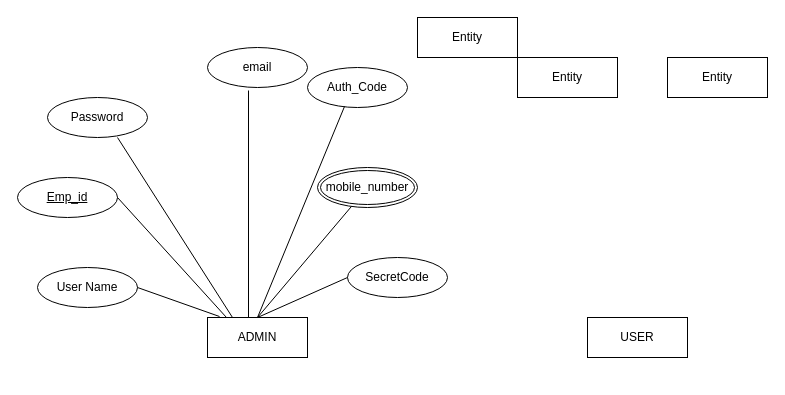
This is Placement_erd.drawio from shalulaha/Minor_Project, a draw.io file, before an edit. Source tidied: cells renumbered, new cells numbered last; positions are measured from the earlier drawing's top-left corner, leaving out a move shared by most shapes. Both pictures are drawn from the tidied source at 100%, with x=0, y=0 at pixel (17, 17).
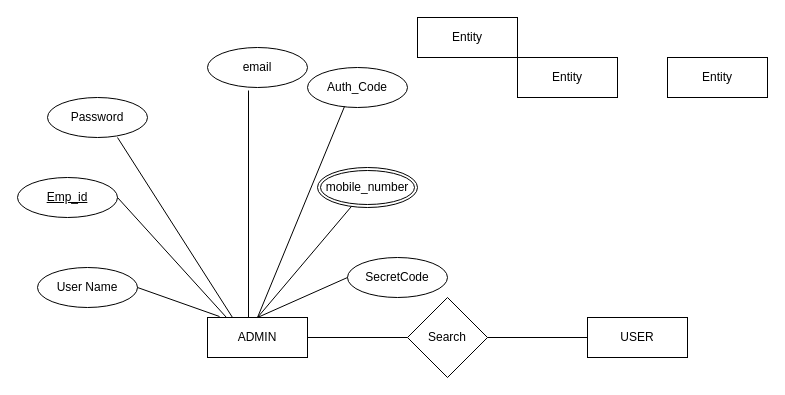
The same diagram, later.

Unchanged cells that the change refers to:
```xml
<mxCell id="2" value="ADMIN" style="whiteSpace=wrap;html=1;align=center;" parent="1" vertex="1">
  <mxGeometry x="190" y="300" width="100" height="40" as="geometry" />
</mxCell>
<mxCell id="5" value="USER" style="whiteSpace=wrap;html=1;align=center;" parent="1" vertex="1">
  <mxGeometry x="570" y="300" width="100" height="40" as="geometry" />
</mxCell>
```

What changed in the source:
```diff
@@
+    <mxCell id="21" value="Search" style="rhombus;whiteSpace=wrap;html=1;" parent="1" vertex="1">
+      <mxGeometry x="390" y="280" width="80" height="80" as="geometry" />
+    </mxCell>
+    <mxCell id="22" style="endArrow=none;html=1;rounded=0;exitX=1;exitY=0.5;exitDx=0;exitDy=0;" parent="1" edge="1" source="2">
+      <mxGeometry relative="1" as="geometry">
+        <mxPoint x="390" y="320" as="targetPoint" />
+      </mxGeometry>
+    </mxCell>
+    <mxCell id="23" style="endArrow=none;html=1;rounded=0;entryX=0;entryY=0.5;entryDx=0;entryDy=0;" parent="1" edge="1" target="5">
+      <mxGeometry relative="1" as="geometry">
+        <mxPoint x="470" y="320" as="sourcePoint" />
+      </mxGeometry>
+    </mxCell>
```
